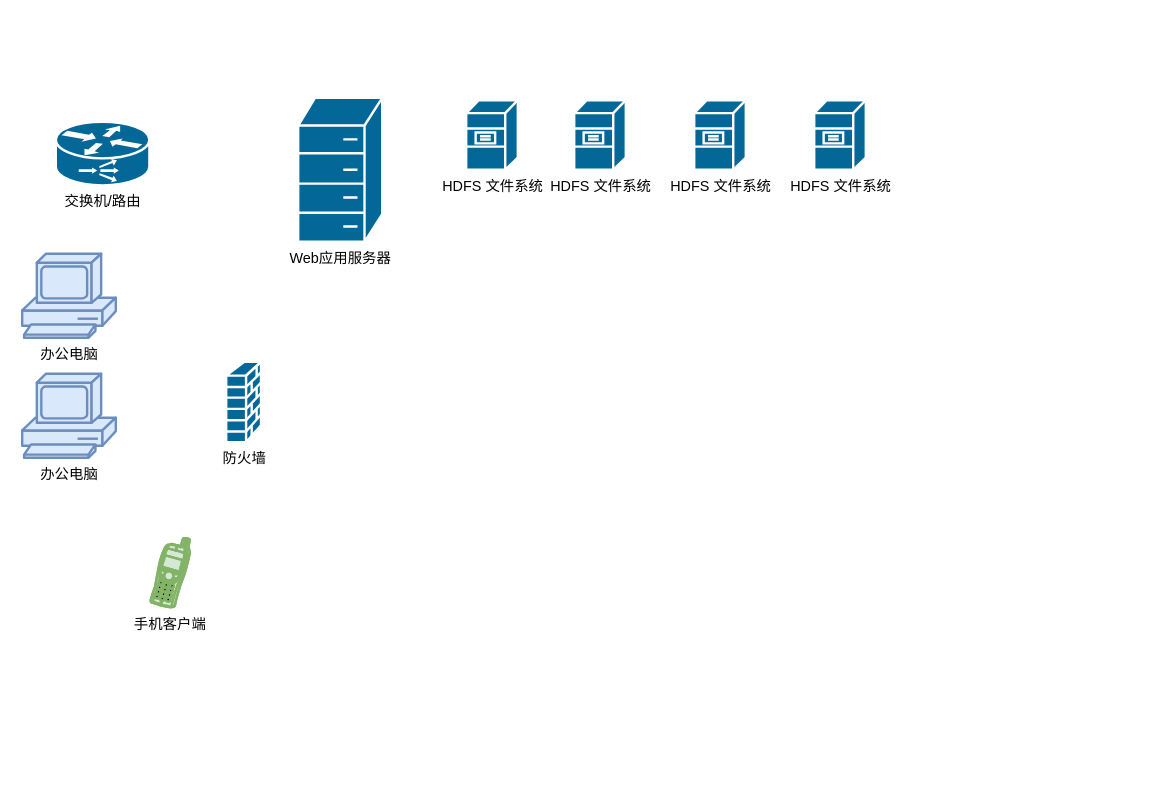
liusheding001/draw.io keeps this draw.io diagram as 物理拓扑.drawio. Above is the earlier version. Source tidied: cells renumbered, new cells numbered last; positions are measured from the earlier drawing's top-left corner, leaving out a move shared by most shapes. Both pictures are drawn from the tidied source at 120%, with x=0, y=0 at pixel (22, 97).
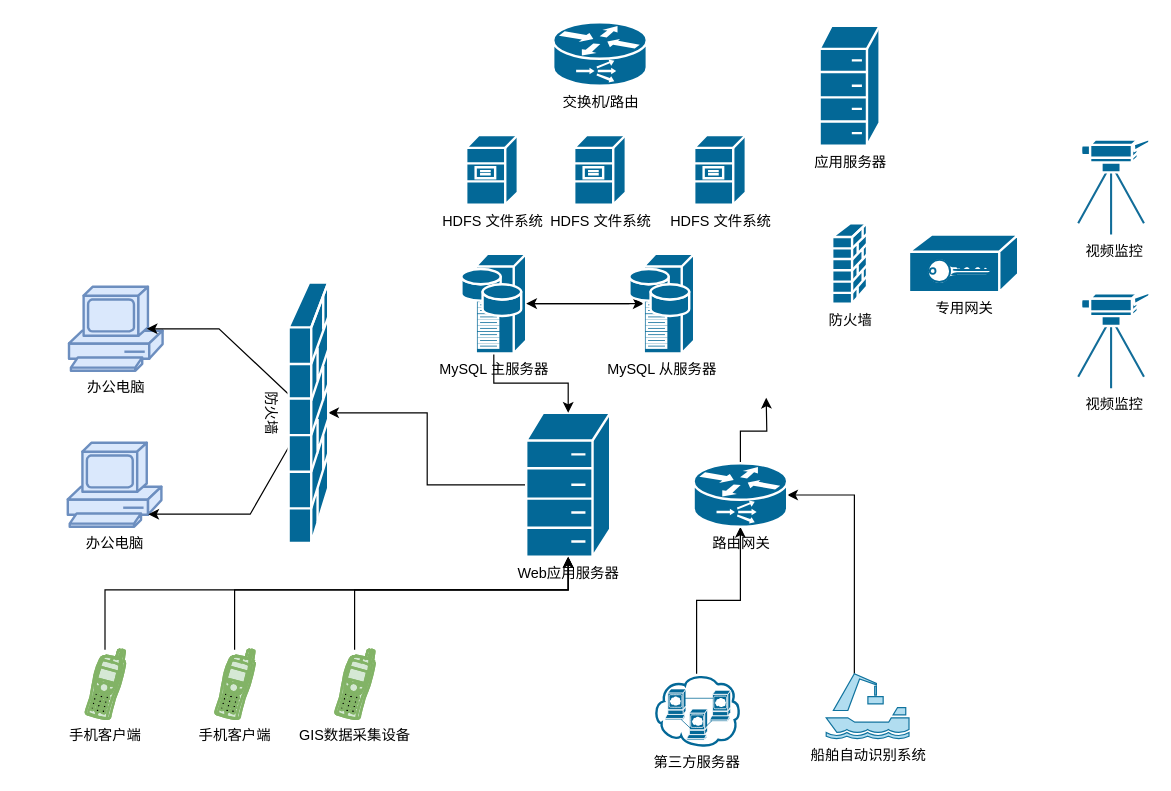
Above is the later version.

Commit message:
更新物理拓扑.drawio

What changed in the source:
```diff
@@
     <mxCell id="2" value="办公电脑" style="shape=mxgraph.cisco.computers_and_peripherals.pc;html=1;dashed=0;fillColor=#dae8fc;strokeColor=#6c8ebf;strokeWidth=2;verticalLabelPosition=bottom;verticalAlign=top;align=center;outlineConnect=0;" parent="1" vertex="1">
-      <mxGeometry y="130" width="78" height="70" as="geometry" />
+      <mxGeometry x="39" y="157.5" width="78" height="70" as="geometry" />
     </mxCell>
     <mxCell id="3" value="办公电脑" style="shape=mxgraph.cisco.computers_and_peripherals.pc;html=1;dashed=0;fillColor=#dae8fc;strokeColor=#6c8ebf;strokeWidth=2;verticalLabelPosition=bottom;verticalAlign=top;align=center;outlineConnect=0;" parent="1" vertex="1">
-      <mxGeometry y="230" width="78" height="70" as="geometry" />
+      <mxGeometry x="38" y="287.5" width="78" height="70" as="geometry" />
     </mxCell>
+    <mxCell id="12" style="edgeStyle=orthogonalEdgeStyle;rounded=0;jettySize=auto;html=1;" parent="1" edge="1" source="4" target="5">
+      <mxGeometry relative="1" as="geometry">
+        <Array as="points">
+          <mxPoint x="69" y="410" />
+          <mxPoint x="455" y="410" />
+        </Array>
+      </mxGeometry>
+    </mxCell>
     <mxCell id="4" value="手机客户端" style="shape=mxgraph.cisco.modems_and_phones.cell_phone;html=1;dashed=0;fillColor=#d5e8d4;strokeColor=#82b366;strokeWidth=2;verticalLabelPosition=bottom;verticalAlign=top;align=center;outlineConnect=0;" parent="1" vertex="1">
-      <mxGeometry x="106" y="367" width="34" height="58" as="geometry" />
+      <mxGeometry x="52" y="460" width="34" height="58" as="geometry" />
     </mxCell>
+    <mxCell id="13" style="edgeStyle=orthogonalEdgeStyle;rounded=0;jettySize=auto;html=1;exitX=0;exitY=0.5;exitDx=0;exitDy=0;exitPerimeter=0;entryX=1;entryY=0.5;entryDx=0;entryDy=0;entryPerimeter=0;" parent="1" edge="1" source="5" target="23">
+      <mxGeometry relative="1" as="geometry" />
+    </mxCell>
     <mxCell id="5" value="Web应用服务器" style="shape=mxgraph.cisco.misc.hp_mini;html=1;dashed=0;fillColor=#036897;strokeColor=#ffffff;strokeWidth=2;verticalLabelPosition=bottom;verticalAlign=top;align=center;outlineConnect=0;" parent="1" vertex="1">
-      <mxGeometry x="230" width="70" height="120" as="geometry" />
+      <mxGeometry x="420" y="262.5" width="70" height="120" as="geometry" />
     </mxCell>
     <mxCell id="6" value="交换机/路由" style="shape=mxgraph.cisco.routers.content_service_router;html=1;dashed=0;fillColor=#036897;strokeColor=#ffffff;strokeWidth=2;verticalLabelPosition=bottom;verticalAlign=top;align=center;" parent="1" vertex="1">
-      <mxGeometry x="28" y="20" width="78" height="53" as="geometry" />
+      <mxGeometry x="442.5" y="-63" width="78" height="53" as="geometry" />
     </mxCell>
     <mxCell id="7" value="防火墙" style="shape=mxgraph.cisco.security.firewall;html=1;dashed=0;fillColor=#036897;strokeColor=#ffffff;strokeWidth=2;verticalLabelPosition=bottom;verticalAlign=top;align=center;" parent="1" vertex="1">
-      <mxGeometry x="170" y="220" width="29" height="67" as="geometry" />
+      <mxGeometry x="675" y="104.5" width="29" height="67" as="geometry" />
     </mxCell>
     <mxCell id="8" value="HDFS 文件系统&lt;br&gt;" style="shape=mxgraph.cisco.servers.file_server;html=1;dashed=0;fillColor=#036897;strokeColor=#ffffff;strokeWidth=2;verticalLabelPosition=bottom;verticalAlign=top;align=center;" parent="1" vertex="1">
-      <mxGeometry x="370" y="2" width="43" height="58" as="geometry" />
+      <mxGeometry x="370" y="31" width="43" height="58" as="geometry" />
     </mxCell>
     <mxCell id="9" value="HDFS 文件系统&lt;br&gt;" style="shape=mxgraph.cisco.servers.file_server;html=1;dashed=0;fillColor=#036897;strokeColor=#ffffff;strokeWidth=2;verticalLabelPosition=bottom;verticalAlign=top;align=center;" parent="1" vertex="1">
-      <mxGeometry x="560" y="2" width="43" height="58" as="geometry" />
+      <mxGeometry x="560" y="31" width="43" height="58" as="geometry" />
     </mxCell>
     <mxCell id="10" value="HDFS 文件系统&lt;br&gt;" style="shape=mxgraph.cisco.servers.file_server;html=1;dashed=0;fillColor=#036897;strokeColor=#ffffff;strokeWidth=2;verticalLabelPosition=bottom;verticalAlign=top;align=center;" parent="1" vertex="1">
-      <mxGeometry x="460" y="2" width="43" height="58" as="geometry" />
+      <mxGeometry x="460" y="31" width="43" height="58" as="geometry" />
     </mxCell>
-    <mxCell id="11" value="HDFS 文件系统&lt;br&gt;" style="shape=mxgraph.cisco.servers.file_server;html=1;dashed=0;fillColor=#036897;strokeColor=#ffffff;strokeWidth=2;verticalLabelPosition=bottom;verticalAlign=top;align=center;" parent="1" vertex="1">
-      <mxGeometry x="660" y="2" width="43" height="58" as="geometry" />
-    </mxCell>
+    <mxCell id="14" style="edgeStyle=orthogonalEdgeStyle;rounded=0;jettySize=auto;html=1;exitX=1;exitY=0.5;exitDx=0;exitDy=0;exitPerimeter=0;entryX=0.22;entryY=0.5;entryDx=0;entryDy=0;entryPerimeter=0;" parent="1" edge="1" source="16" target="18">
+      <mxGeometry relative="1" as="geometry" />
+    </mxCell>
+    <mxCell id="15" style="edgeStyle=orthogonalEdgeStyle;rounded=0;jettySize=auto;html=1;exitX=0.5;exitY=1;exitDx=0;exitDy=0;exitPerimeter=0;entryX=0.5;entryY=0;entryDx=0;entryDy=0;entryPerimeter=0;" parent="1" edge="1" source="16" target="5">
+      <mxGeometry relative="1" as="geometry" />
+    </mxCell>
+    <mxCell id="16" value="MySQL 主服务器" style="shape=mxgraph.cisco.servers.storage_server;html=1;dashed=0;fillColor=#036897;strokeColor=#ffffff;strokeWidth=2;verticalLabelPosition=bottom;verticalAlign=top;align=center;outlineConnect=0;" parent="1" vertex="1">
+      <mxGeometry x="366" y="130" width="54" height="83" as="geometry" />
+    </mxCell>
+    <mxCell id="17" style="edgeStyle=orthogonalEdgeStyle;rounded=0;jettySize=auto;html=1;" parent="1" edge="1" source="18" target="16">
+      <mxGeometry relative="1" as="geometry" />
+    </mxCell>
+    <mxCell id="18" value="MySQL 从服务器" style="shape=mxgraph.cisco.servers.storage_server;html=1;dashed=0;fillColor=#036897;strokeColor=#ffffff;strokeWidth=2;verticalLabelPosition=bottom;verticalAlign=top;align=center;outlineConnect=0;" parent="1" vertex="1">
+      <mxGeometry x="506" y="130" width="54" height="83" as="geometry" />
+    </mxCell>
+    <mxCell id="19" value="视频监控" style="shape=mxgraph.cisco.computers_and_peripherals.video_camera;html=1;dashed=0;fillColor=#036897;strokeColor=#ffffff;strokeWidth=2;verticalLabelPosition=bottom;verticalAlign=top;align=center;" parent="1" vertex="1">
+      <mxGeometry x="880" y="34" width="60" height="80" as="geometry" />
+    </mxCell>
+    <mxCell id="20" value="专用网关" style="shape=mxgraph.cisco.hubs_and_gateways.vpn_gateway;html=1;dashed=0;fillColor=#036897;strokeColor=#ffffff;strokeWidth=2;verticalLabelPosition=bottom;verticalAlign=top;align=center;" parent="1" vertex="1">
+      <mxGeometry x="739" y="114" width="91" height="48" as="geometry" />
+    </mxCell>
+    <mxCell id="21" style="edgeStyle=orthogonalEdgeStyle;rounded=0;jettySize=auto;html=1;entryX=0.83;entryY=0.5;entryDx=0;entryDy=0;entryPerimeter=0;" parent="1" edge="1" source="23" target="2">
+      <mxGeometry relative="1" as="geometry">
+        <Array as="points">
+          <mxPoint x="164" y="193" />
+        </Array>
+      </mxGeometry>
+    </mxCell>
+    <mxCell id="22" style="edgeStyle=orthogonalEdgeStyle;rounded=0;jettySize=auto;html=1;entryX=0.86;entryY=0.85;entryDx=0;entryDy=0;entryPerimeter=0;" parent="1" edge="1" source="23" target="3">
+      <mxGeometry relative="1" as="geometry">
+        <Array as="points">
+          <mxPoint x="190" y="347" />
+        </Array>
+      </mxGeometry>
+    </mxCell>
+    <mxCell id="23" value="防火墙" style="shape=mxgraph.cisco.security.firewall;html=1;dashed=0;fillColor=#036897;strokeColor=#ffffff;strokeWidth=2;verticalLabelPosition=bottom;verticalAlign=top;align=center;outlineConnect=0;rotation=90;direction=north;" parent="1" vertex="1">
+      <mxGeometry x="130" y="246" width="217" height="33" as="geometry" />
+    </mxCell>
+    <mxCell id="24" value="视频监控" style="shape=mxgraph.cisco.computers_and_peripherals.video_camera;html=1;dashed=0;fillColor=#036897;strokeColor=#ffffff;strokeWidth=2;verticalLabelPosition=bottom;verticalAlign=top;align=center;" parent="1" vertex="1">
+      <mxGeometry x="880" y="162" width="60" height="80" as="geometry" />
+    </mxCell>
+    <mxCell id="25" style="edgeStyle=orthogonalEdgeStyle;rounded=0;jettySize=auto;html=1;" parent="1" edge="1" source="26" target="5">
+      <mxGeometry relative="1" as="geometry">
+        <Array as="points">
+          <mxPoint x="177" y="410" />
+          <mxPoint x="455" y="410" />
+        </Array>
+      </mxGeometry>
+    </mxCell>
+    <mxCell id="26" value="手机客户端" style="shape=mxgraph.cisco.modems_and_phones.cell_phone;html=1;dashed=0;fillColor=#d5e8d4;strokeColor=#82b366;strokeWidth=2;verticalLabelPosition=bottom;verticalAlign=top;align=center;outlineConnect=0;" parent="1" vertex="1">
+      <mxGeometry x="160" y="460" width="34" height="58" as="geometry" />
+    </mxCell>
+    <mxCell id="27" style="edgeStyle=orthogonalEdgeStyle;rounded=0;jettySize=auto;html=1;entryX=0.5;entryY=1;entryDx=0;entryDy=0;entryPerimeter=0;" parent="1" edge="1" source="28" target="5">
+      <mxGeometry relative="1" as="geometry">
+        <Array as="points">
+          <mxPoint x="277" y="410" />
+          <mxPoint x="455" y="410" />
+        </Array>
+      </mxGeometry>
+    </mxCell>
+    <mxCell id="28" value="GIS数据采集设备" style="shape=mxgraph.cisco.modems_and_phones.cell_phone;html=1;dashed=0;fillColor=#d5e8d4;strokeColor=#82b366;strokeWidth=2;verticalLabelPosition=bottom;verticalAlign=top;align=center;outlineConnect=0;" parent="1" vertex="1">
+      <mxGeometry x="260" y="460" width="34" height="58" as="geometry" />
+    </mxCell>
+    <mxCell id="29" style="edgeStyle=orthogonalEdgeStyle;rounded=0;jettySize=auto;html=1;" parent="1" edge="1" source="30" target="34">
+      <mxGeometry relative="1" as="geometry" />
+    </mxCell>
+    <mxCell id="30" value="第三方服务器" style="shape=mxgraph.cisco.storage.web_cluster;html=1;dashed=0;fillColor=#036897;strokeColor=#ffffff;strokeWidth=2;verticalLabelPosition=bottom;verticalAlign=top;align=center;outlineConnect=0;" parent="1" vertex="1">
+      <mxGeometry x="525.5" y="480" width="73" height="60" as="geometry" />
+    </mxCell>
+    <mxCell id="31" style="edgeStyle=orthogonalEdgeStyle;rounded=0;jettySize=auto;html=1;exitX=0.34;exitY=0;exitDx=0;exitDy=0;exitPerimeter=0;entryX=1;entryY=0.5;entryDx=0;entryDy=0;entryPerimeter=0;" parent="1" edge="1" source="32" target="34">
+      <mxGeometry relative="1" as="geometry" />
+    </mxCell>
+    <mxCell id="32" value="船舶自动识别系统" style="shape=mxgraph.signs.transportation.harbor;html=1;fillColor=#b1ddf0;strokeColor=#10739e;verticalLabelPosition=bottom;verticalAlign=top;align=center;" parent="1" vertex="1">
+      <mxGeometry x="670" y="480" width="69" height="54" as="geometry" />
+    </mxCell>
+    <mxCell id="33" style="edgeStyle=orthogonalEdgeStyle;rounded=0;jettySize=auto;html=1;" parent="1" edge="1" source="34">
+      <mxGeometry relative="1" as="geometry">
+        <mxPoint x="620" y="250" as="targetPoint" />
+      </mxGeometry>
+    </mxCell>
+    <mxCell id="34" value="路由网关" style="shape=mxgraph.cisco.routers.content_service_router;html=1;dashed=0;fillColor=#036897;strokeColor=#ffffff;strokeWidth=2;verticalLabelPosition=bottom;verticalAlign=top;align=center;outlineConnect=0;" parent="1" vertex="1">
+      <mxGeometry x="559.5" y="304.5" width="78" height="53" as="geometry" />
+    </mxCell>
+    <mxCell id="35" value="应用服务器" style="shape=mxgraph.cisco.misc.hp_mini;html=1;dashed=0;fillColor=#036897;strokeColor=#ffffff;strokeWidth=2;verticalLabelPosition=bottom;verticalAlign=top;align=center;" parent="1" vertex="1">
+      <mxGeometry x="664.5" y="-60" width="50" height="100" as="geometry" />
+    </mxCell>
```
